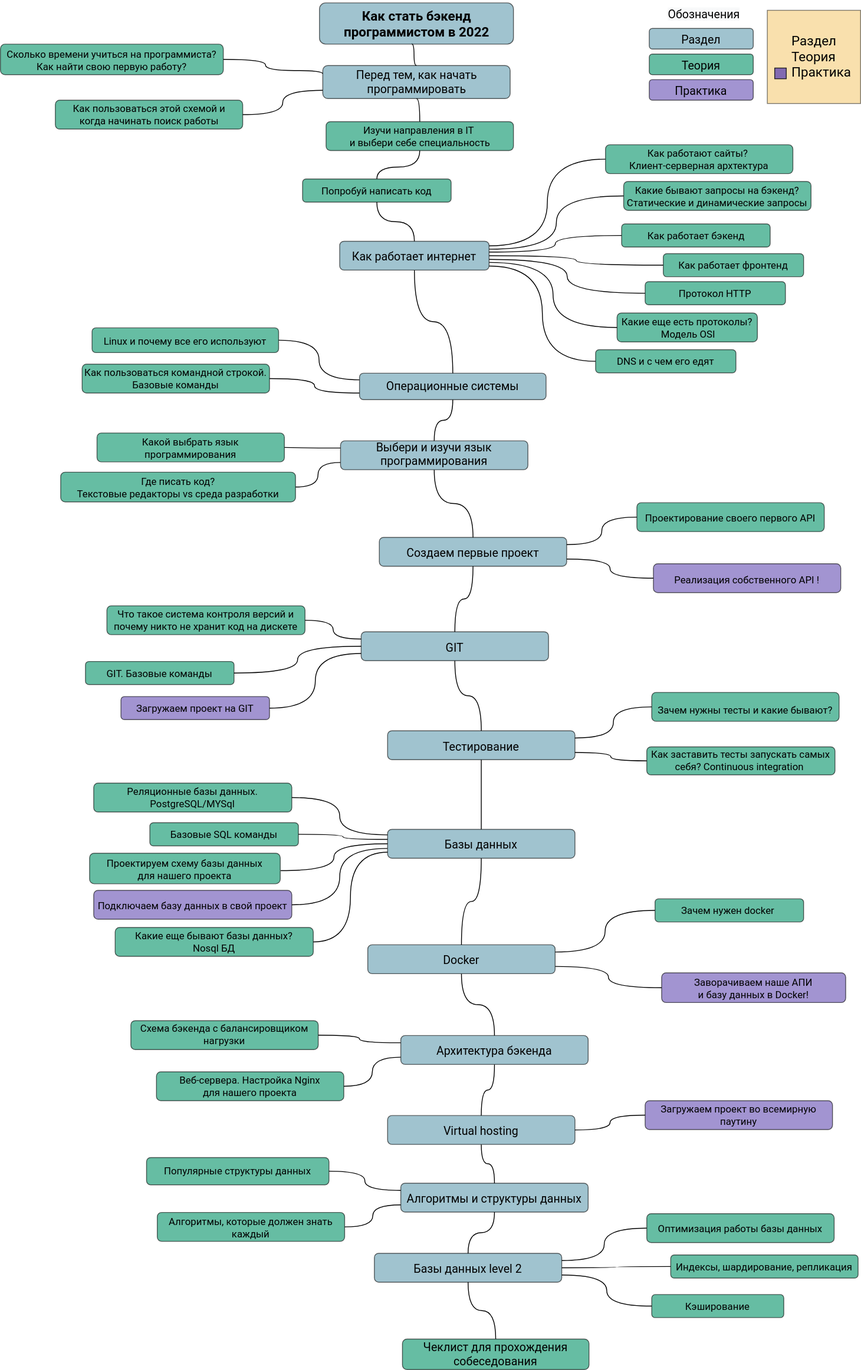
Before: content/pages/2--backend/roadmap.svg, a diagram exported from draw.io (pitikdmitry/blog). Source tidied: cells renumbered, new cells last; positions are measured from the earlier drawing's top-left corner, leaving out a move shared by most shapes.
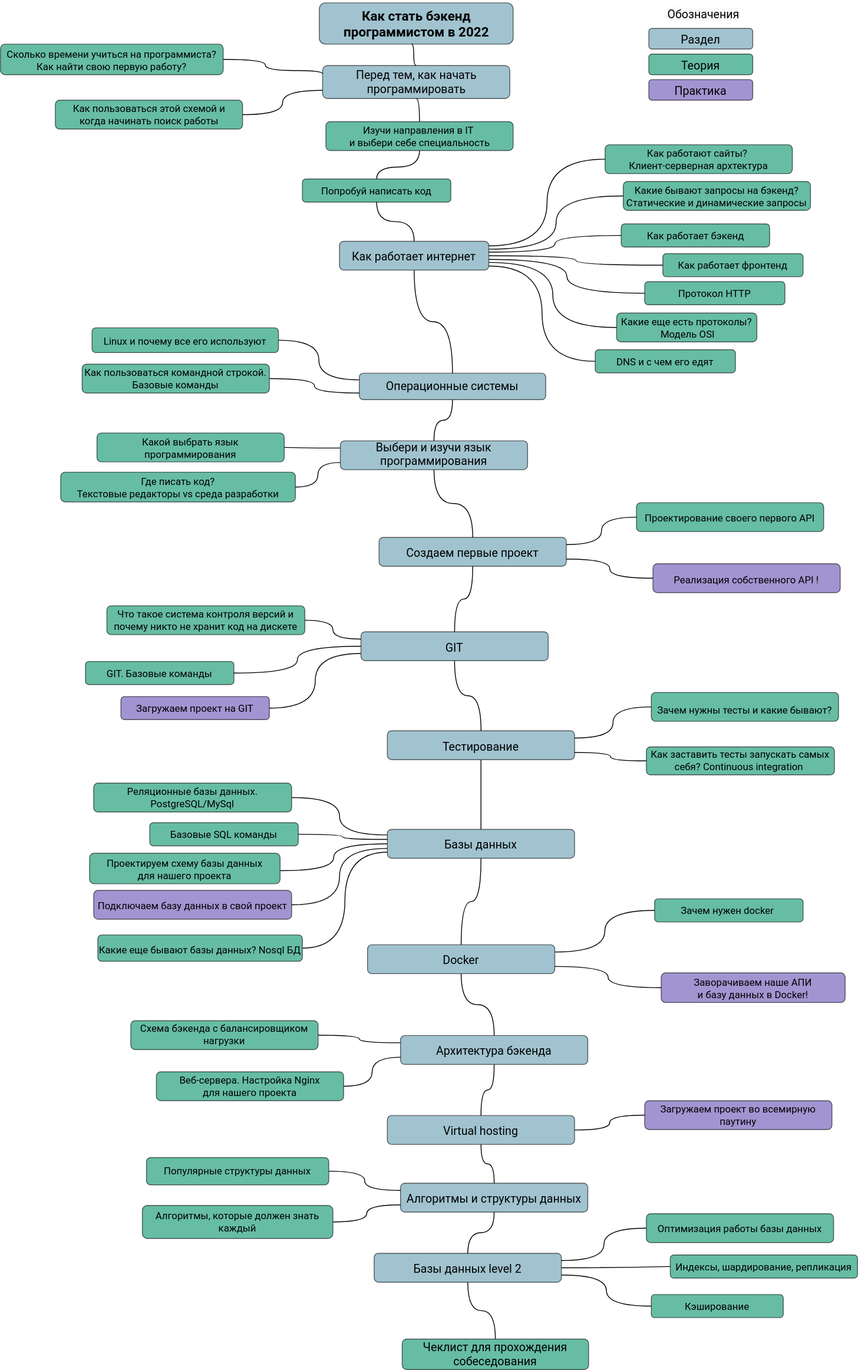
The same diagram one commit later.

Commit message:
fixed roadmap a little

The edit, as a diff of the source:
```diff
@@ -276,7 +276,7 @@
     <mxCell id="89" value="Как заставить тесты запускать самых себя? Continuous integration&amp;nbsp;&lt;br style=&quot;font-size: 12px;&quot;&gt;" style="rounded=1;comic=0;fontFamily=Roboto;fontSize=12;fillColor=#009167;fontSource=https%3A%2F%2Ffonts.googleapis.com%2Fcss%3Ffamily%3DRoboto;align=center;strokeColor=#000000;opacity=60;fontColor=#000000;verticalAlign=bottom;whiteSpace=wrap;html=1;spacing=2;spacingBottom=0;" parent="1" vertex="1">
       <mxGeometry x="783" y="905" width="228" height="34" as="geometry" />
     </mxCell>
-    <mxCell id="90" value="Реляционные базы данных. PostgreSQL/MYSql&lt;br style=&quot;font-size: 12px;&quot;&gt;" style="rounded=1;comic=0;fontFamily=Roboto;fontSize=12;fillColor=#009167;fontSource=https%3A%2F%2Ffonts.googleapis.com%2Fcss%3Ffamily%3DRoboto;align=center;strokeColor=#000000;opacity=60;fontColor=#000000;verticalAlign=bottom;spacing=2;whiteSpace=wrap;html=1;spacingBottom=0;" parent="1" vertex="1">
+    <mxCell id="90" value="Реляционные базы данных. PostgreSQL/MySql" style="rounded=1;comic=0;fontFamily=Roboto;fontSize=12;fillColor=#009167;fontSource=https%3A%2F%2Ffonts.googleapis.com%2Fcss%3Ffamily%3DRoboto;align=center;strokeColor=#000000;opacity=60;fontColor=#000000;verticalAlign=middle;spacing=2;whiteSpace=wrap;html=1;spacingBottom=0;" parent="1" vertex="1">
       <mxGeometry x="113" y="949" width="240" height="35" as="geometry" />
     </mxCell>
     <mxCell id="91" value="Базовые SQL команды&lt;br style=&quot;font-size: 12px;&quot;&gt;" style="rounded=1;comic=0;fontFamily=Roboto;fontSize=12;fillColor=#009167;fontSource=https%3A%2F%2Ffonts.googleapis.com%2Fcss%3Ffamily%3DRoboto;align=center;strokeColor=#000000;opacity=60;fontColor=#000000;verticalAlign=bottom;whiteSpace=wrap;html=1;spacing=2;spacingBottom=4;" parent="1" vertex="1">
@@ -288,9 +288,6 @@
     <mxCell id="93" value="Подключаем базу данных в свой проект&lt;br style=&quot;font-size: 12px;&quot;&gt;" style="rounded=1;comic=0;fontFamily=Roboto;fontSize=12;fillColor=#644DB3;fontSource=https%3A%2F%2Ffonts.googleapis.com%2Fcss%3Ffamily%3DRoboto;align=center;strokeColor=#000000;opacity=60;fontColor=#000000;verticalAlign=bottom;whiteSpace=wrap;html=1;spacing=2;spacingBottom=7;" parent="1" vertex="1">
       <mxGeometry x="113" y="1079" width="240" height="35" as="geometry" />
     </mxCell>
-    <mxCell id="94" value="Какие еще бывают базы данных?&lt;br&gt;Nosql БД" style="rounded=1;comic=0;fontFamily=Roboto;fontSize=12;fillColor=#009167;fontSource=https%3A%2F%2Ffonts.googleapis.com%2Fcss%3Ffamily%3DRoboto;align=center;strokeColor=#000000;opacity=60;fontColor=#000000;verticalAlign=bottom;whiteSpace=wrap;html=1;spacing=2;spacingBottom=0;" parent="1" vertex="1">
-      <mxGeometry x="139" y="1124" width="240" height="35" as="geometry" />
-    </mxCell>
     <mxCell id="95" value="Зачем нужен docker&amp;nbsp;&lt;br style=&quot;font-size: 12px;&quot;&gt;" style="rounded=1;comic=0;fontFamily=Roboto;fontSize=12;fillColor=#009167;fontSource=https%3A%2F%2Ffonts.googleapis.com%2Fcss%3Ffamily%3DRoboto;align=center;strokeColor=#000000;opacity=60;fontColor=#000000;verticalAlign=bottom;whiteSpace=wrap;html=1;spacing=2;spacingBottom=4;" parent="1" vertex="1">
       <mxGeometry x="793" y="1089.2" width="180" height="28" as="geometry" />
     </mxCell>
@@ -318,9 +315,6 @@
     <mxCell id="103" value="Популярные структуры данных&lt;br style=&quot;font-size: 12px;&quot;&gt;" style="rounded=1;comic=0;fontFamily=Roboto;fontSize=12;fillColor=#009167;fontSource=https%3A%2F%2Ffonts.googleapis.com%2Fcss%3Ffamily%3DRoboto;align=center;strokeColor=#000000;opacity=60;fontColor=#000000;verticalAlign=bottom;whiteSpace=wrap;html=1;spacing=2;spacingBottom=7;" parent="1" vertex="1">
       <mxGeometry x="177" y="1403" width="221" height="33" as="geometry" />
     </mxCell>
-    <mxCell id="104" value="Алгоритмы, которые должен знать каждый&lt;br style=&quot;font-size: 12px;&quot;&gt;" style="rounded=1;comic=0;fontFamily=Roboto;fontSize=12;fillColor=#009167;fontSource=https%3A%2F%2Ffonts.googleapis.com%2Fcss%3Ffamily%3DRoboto;align=center;strokeColor=#000000;opacity=60;fontColor=#000000;verticalAlign=bottom;whiteSpace=wrap;html=1;spacing=2;spacingBottom=0;" parent="1" vertex="1">
-      <mxGeometry x="190" y="1469.5" width="227" height="35" as="geometry" />
-    </mxCell>
     <mxCell id="105" value="Раздел" style="rounded=1;comic=0;fontFamily=Roboto;fontSize=14;fillColor=#629BB0;fontSource=https%3A%2F%2Ffonts.googleapis.com%2Fcss%3Ffamily%3DRoboto;align=center;strokeColor=#000000;fontColor=#000000;opacity=60;horizontal=1;verticalAlign=bottom;spacingBottom=0;whiteSpace=wrap;html=1;spacing=2;" parent="1" vertex="1">
       <mxGeometry x="786" y="34" width="126" height="25" as="geometry" />
     </mxCell>
@@ -333,11 +327,11 @@
     <mxCell id="108" value="Практика" style="rounded=1;comic=0;fontFamily=Roboto;fontSize=14;fillColor=#644DB3;fontSource=https%3A%2F%2Ffonts.googleapis.com%2Fcss%3Ffamily%3DRoboto;align=center;strokeColor=#000000;fontColor=#000000;opacity=60;horizontal=1;verticalAlign=bottom;spacingBottom=0;whiteSpace=wrap;html=1;spacing=2;" parent="1" vertex="1">
       <mxGeometry x="786" y="96" width="126" height="25" as="geometry" />
     </mxCell>
-    <mxCell id="109" value="&amp;nbsp; &amp;nbsp; &amp;nbsp; &amp;nbsp;Раздел &lt;br&gt;&amp;nbsp; &amp;nbsp; &amp;nbsp; &amp;nbsp;Теория&lt;br&gt;&amp;nbsp; &amp;nbsp; &amp;nbsp; &amp;nbsp;Практика" style="whiteSpace=wrap;html=1;fontFamily=Roboto;fontSource=https%3A%2F%2Ffonts.googleapis.com%2Fcss%3Ffamily%3DRoboto;fontSize=16;fillColor=#F3C25D;gradientColor=none;opacity=50;align=left;" parent="1" vertex="1">
-      <mxGeometry x="929" y="12" width="113" height="113" as="geometry" />
-    </mxCell>
-    <mxCell id="110" style="rounded=0;whiteSpace=wrap;html=1;fontFamily=Roboto;fontSource=https%3A%2F%2Ffonts.googleapis.com%2Fcss%3Ffamily%3DRoboto;fontSize=16;fillColor=#644DB3;gradientColor=none;opacity=80;strokeWidth=0;" parent="1" vertex="1">
-      <mxGeometry x="938" y="82" width="14" height="13" as="geometry" />
-    </mxCell>
+    <mxCell id="94" value="Какие еще бывают базы данных? Nosql БД" style="rounded=1;comic=0;fontFamily=Roboto;fontSize=12;fillColor=#009167;fontSource=https%3A%2F%2Ffonts.googleapis.com%2Fcss%3Ffamily%3DRoboto;align=center;strokeColor=#000000;opacity=60;fontColor=#000000;verticalAlign=bottom;whiteSpace=wrap;html=1;spacing=2;spacingBottom=4;" parent="1" vertex="1">
+      <mxGeometry x="118" y="1133" width="248" height="32" as="geometry" />
+    </mxCell>
+    <mxCell id="104" value="Алгоритмы, которые должен знать каждый" style="rounded=1;comic=0;fontFamily=Roboto;fontSize=12;fillColor=#009167;fontSource=https%3A%2F%2Ffonts.googleapis.com%2Fcss%3Ffamily%3DRoboto;align=center;strokeColor=#000000;opacity=60;fontColor=#000000;verticalAlign=middle;whiteSpace=wrap;html=1;spacing=2;spacingBottom=0;" parent="1" vertex="1">
+      <mxGeometry x="172" y="1461" width="231" height="40" as="geometry" />
+    </mxCell>
   </root>
 </mxGraphModel>
```
